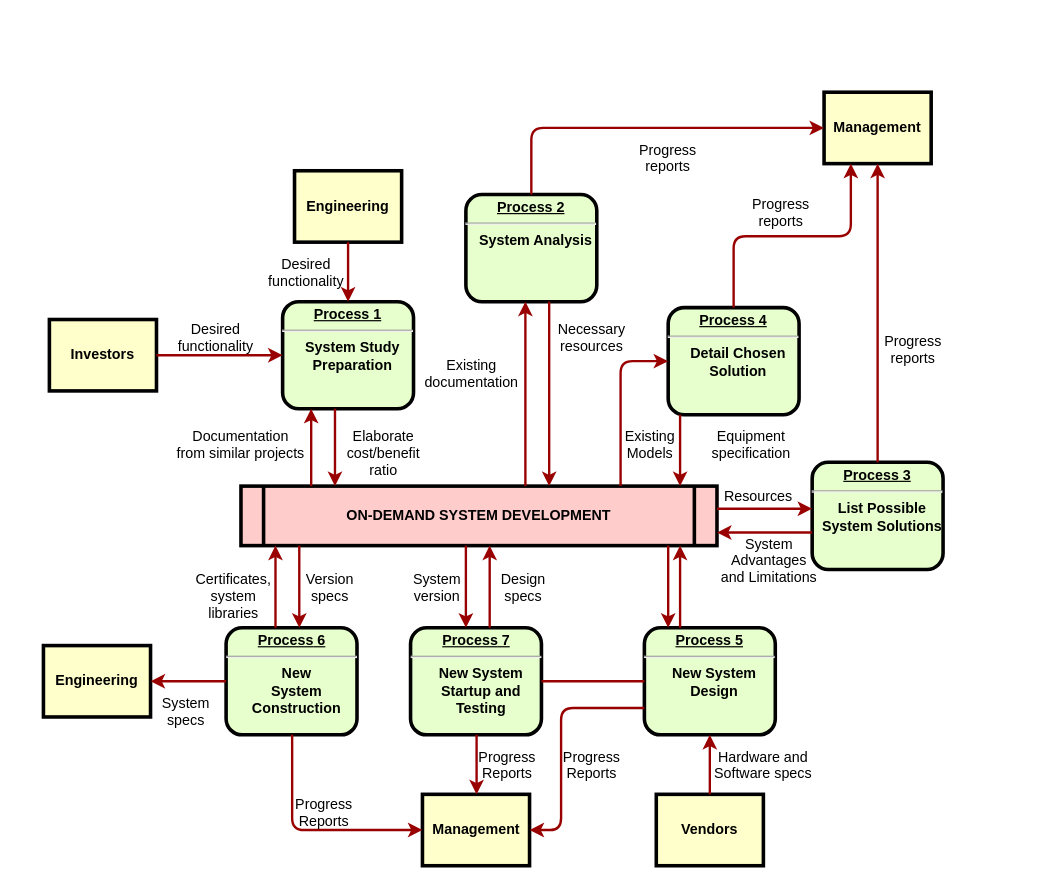
Before: pdf_img/未命名绘图.drawio in CuckooHXY/formula, a draw.io diagram. Source tidied: cells renumbered, new cells numbered last; positions are measured from the earlier drawing's top-left corner, leaving out a move shared by most shapes. Both pictures are drawn from the tidied source at 119%, with x=0, y=0 at pixel (43, 92).
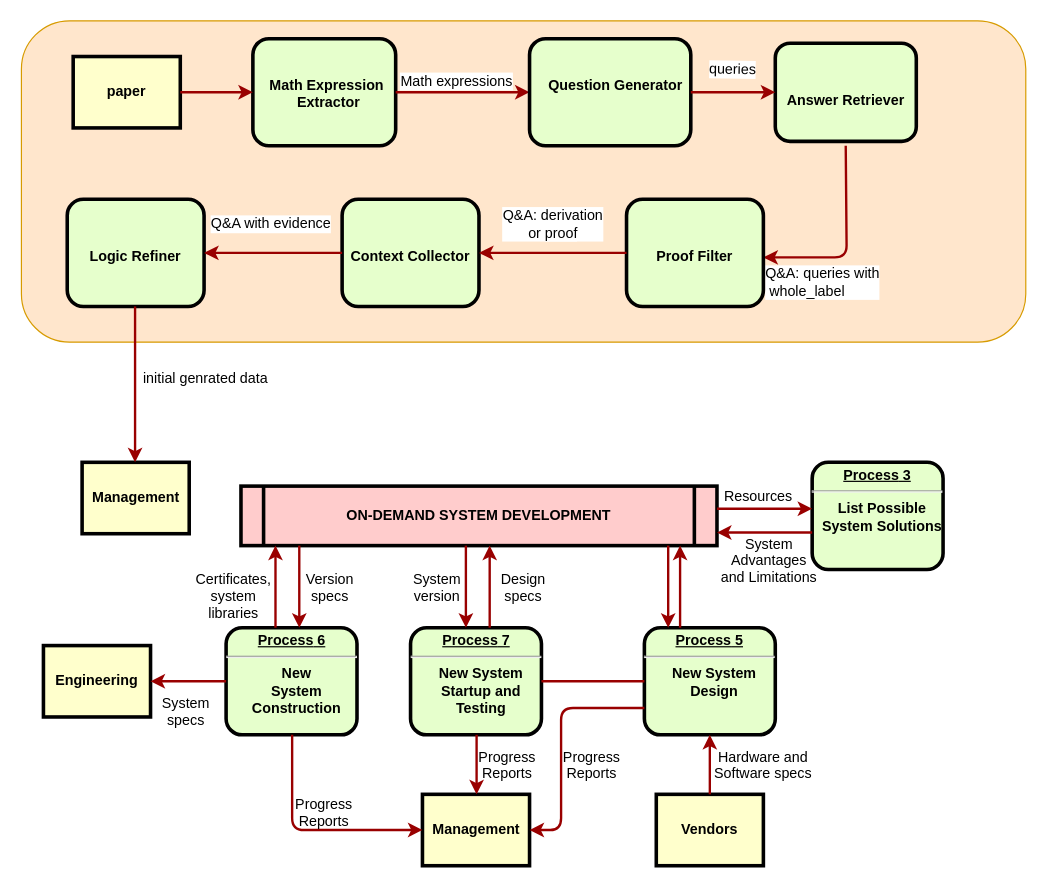
Above is the later version.

Commit message (it also covers changes not shown here):
更新未命名绘图.drawio

The change refers to these unchanged cells:
```xml
<mxCell id="5" value="ON-DEMAND SYSTEM DEVELOPMENT" style="shape=process;whiteSpace=wrap;align=center;verticalAlign=middle;size=0.0475;fontStyle=1;strokeWidth=3;fillColor=#FFCCCC;" parent="1" vertex="1">
  <mxGeometry x="166" y="331" width="400" height="50" as="geometry" />
</mxCell>
<mxCell id="7" value="&lt;p style=&quot;margin: 0px; margin-top: 4px; text-align: center; text-decoration: underline;&quot;&gt;&lt;strong&gt;&lt;strong&gt;Process&lt;/strong&gt; 3&lt;br /&gt;&lt;/strong&gt;&lt;/p&gt;&lt;hr /&gt;&lt;p style=&quot;margin: 0px; margin-left: 8px;&quot;&gt;List Possible&lt;/p&gt;&lt;p style=&quot;margin: 0px; margin-left: 8px;&quot;&gt;System Solutions&lt;/p&gt;" style="verticalAlign=middle;align=center;overflow=fill;fontSize=12;fontFamily=Helvetica;html=1;rounded=1;fontStyle=1;strokeWidth=3;fillColor=#E6FFCC;" parent="1" vertex="1">
  <mxGeometry x="646" y="311" width="110" height="90" as="geometry" />
</mxCell>
```

Diff of the diagram source:
```diff
@@
+    <mxCell id="63" style="rounded=1;whiteSpace=wrap;html=1;labelBackgroundColor=#FFFFFF;labelBorderColor=default;textShadow=1;fillColor=#ffe6cc;strokeColor=#d79b00;" parent="1" vertex="1">
+      <mxGeometry x="-18.5" y="-60" width="844" height="270" as="geometry" />
+    </mxCell>
-    <mxCell id="2" value="&lt;p style=&quot;margin: 0px; margin-top: 4px; text-align: center; text-decoration: underline;&quot;&gt;&lt;strong&gt;Process 1&lt;br /&gt;&lt;/strong&gt;&lt;/p&gt;&lt;hr /&gt;&lt;p style=&quot;margin: 0px; margin-left: 8px;&quot;&gt;System Study&lt;/p&gt;&lt;p style=&quot;margin: 0px; margin-left: 8px;&quot;&gt;Preparation&lt;/p&gt;" style="verticalAlign=middle;align=center;overflow=fill;fontSize=12;fontFamily=Helvetica;html=1;rounded=1;fontStyle=1;strokeWidth=3;fillColor=#E6FFCC;" parent="1" vertex="1">
-      <mxGeometry x="201" y="176" width="110" height="90" as="geometry" />
+    <mxCell id="2" value="&lt;p style=&quot;margin: 0px; margin-top: 4px; text-align: center; text-decoration: underline;&quot;&gt;&lt;/p&gt;&lt;p style=&quot;margin: 0px; margin-left: 8px;&quot;&gt;&lt;br&gt;&lt;/p&gt;&lt;p style=&quot;margin: 0px; margin-left: 8px;&quot;&gt;&lt;br&gt;&lt;/p&gt;&lt;p style=&quot;margin: 0px; margin-left: 8px;&quot;&gt;Math Expression&amp;nbsp;&lt;/p&gt;&lt;p style=&quot;margin: 0px; margin-left: 8px;&quot;&gt;Extractor&lt;/p&gt;" style="verticalAlign=middle;align=center;overflow=fill;fontSize=12;fontFamily=Helvetica;html=1;rounded=1;fontStyle=1;strokeWidth=3;fillColor=#E6FFCC;" parent="1" vertex="1">
+      <mxGeometry x="176" y="-45" width="120" height="90" as="geometry" />
     </mxCell>
-    <mxCell id="3" value="Engineering" style="whiteSpace=wrap;align=center;verticalAlign=middle;fontStyle=1;strokeWidth=3;fillColor=#FFFFCC;" parent="1" vertex="1">
-      <mxGeometry x="211" y="66" width="90" height="60" as="geometry" />
-    </mxCell>
-    <mxCell id="4" value="Investors" style="whiteSpace=wrap;align=center;verticalAlign=middle;fontStyle=1;strokeWidth=3;fillColor=#FFFFCC;" parent="1" vertex="1">
-      <mxGeometry x="5" y="191" width="90" height="60" as="geometry" />
+    <mxCell id="4" value="paper" style="whiteSpace=wrap;align=center;verticalAlign=middle;fontStyle=1;strokeWidth=3;fillColor=#FFFFCC;" parent="1" vertex="1">
+      <mxGeometry x="25" y="-30" width="90" height="60" as="geometry" />
     </mxCell>
@@
-    <mxCell id="6" value="&lt;p style=&quot;margin: 0px; margin-top: 4px; text-align: center; text-decoration: underline;&quot;&gt;&lt;strong&gt;Process 2&lt;br /&gt;&lt;/strong&gt;&lt;/p&gt;&lt;hr /&gt;&lt;p style=&quot;margin: 0px; margin-left: 8px;&quot;&gt;System Analysis&lt;/p&gt;" style="verticalAlign=middle;align=center;overflow=fill;fontSize=12;fontFamily=Helvetica;html=1;rounded=1;fontStyle=1;strokeWidth=3;fillColor=#E6FFCC;" parent="1" vertex="1">
-      <mxGeometry x="355" y="86" width="110" height="90" as="geometry" />
-    </mxCell>
@@
-    <mxCell id="8" value="&lt;p style=&quot;margin: 0px; margin-top: 4px; text-align: center; text-decoration: underline;&quot;&gt;&lt;strong&gt;&lt;strong&gt;Process&lt;/strong&gt; 4&lt;br /&gt;&lt;/strong&gt;&lt;/p&gt;&lt;hr /&gt;&lt;p style=&quot;margin: 0px; margin-left: 8px;&quot;&gt;Detail Chosen&lt;/p&gt;&lt;p style=&quot;margin: 0px; margin-left: 8px;&quot;&gt;Solution&lt;/p&gt;" style="verticalAlign=middle;align=center;overflow=fill;fontSize=12;fontFamily=Helvetica;html=1;rounded=1;fontStyle=1;strokeWidth=3;fillColor=#E6FFCC;" parent="1" vertex="1">
-      <mxGeometry x="525" y="181" width="110" height="90" as="geometry" />
+    <mxCell id="8" value="&lt;p style=&quot;margin: 4px 0px 0px; text-align: center;&quot;&gt;&lt;span style=&quot;background-color: transparent; color: light-dark(rgb(0, 0, 0), rgb(255, 255, 255));&quot;&gt;&lt;br&gt;&lt;/span&gt;&lt;/p&gt;&lt;p style=&quot;margin: 4px 0px 0px; text-align: center;&quot;&gt;&lt;span style=&quot;background-color: transparent; color: light-dark(rgb(0, 0, 0), rgb(255, 255, 255));&quot;&gt;&lt;br&gt;&lt;/span&gt;&lt;/p&gt;&lt;p style=&quot;margin: 4px 0px 0px; text-align: center;&quot;&gt;&lt;span style=&quot;background-color: transparent; color: light-dark(rgb(0, 0, 0), rgb(255, 255, 255));&quot;&gt;Answer Retriever&lt;/span&gt;&lt;/p&gt;" style="verticalAlign=middle;align=center;overflow=fill;fontSize=12;fontFamily=Helvetica;html=1;rounded=1;fontStyle=1;strokeWidth=3;fillColor=#E6FFCC;" parent="1" vertex="1">
+      <mxGeometry x="615" y="-41.2" width="118.5" height="82.5" as="geometry" />
     </mxCell>
@@
     <mxCell id="11" value="Management" style="whiteSpace=wrap;align=center;verticalAlign=middle;fontStyle=1;strokeWidth=3;fillColor=#FFFFCC;" parent="1" vertex="1">
-      <mxGeometry x="656" width="90" height="60" as="geometry" />
+      <mxGeometry x="32.5" y="311" width="90" height="60" as="geometry" />
     </mxCell>
@@
-    <mxCell id="15" style="edgeStyle=none;noEdgeStyle=1;strokeColor=#990000;strokeWidth=2;" parent="1" edge="1" source="3" target="2">
-      <mxGeometry relative="1" as="geometry" />
-    </mxCell>
@@
-    <mxCell id="19" value="Desired &#10;functionality" style="text;spacingTop=-5;align=center;" parent="1" vertex="1">
-      <mxGeometry x="130" y="191" width="30" height="20" as="geometry" />
-    </mxCell>
-    <mxCell id="20" value="Desired &#10;functionality" style="text;spacingTop=-5;align=center;" parent="1" vertex="1">
-      <mxGeometry x="206" y="136" width="30" height="20" as="geometry" />
-    </mxCell>
-    <mxCell id="21" value="Documentation&#10;from similar projects" style="text;spacingTop=-5;align=center;" parent="1" vertex="1">
-      <mxGeometry x="151" y="281" width="30" height="20" as="geometry" />
-    </mxCell>
-    <mxCell id="22" style="edgeStyle=elbowEdgeStyle;elbow=horizontal;strokeColor=#990000;strokeWidth=2;" parent="1" edge="1" source="5" target="2">
-      <mxGeometry relative="1" as="geometry">
-        <Array as="points">
-          <mxPoint x="225" y="310" />
-        </Array>
-      </mxGeometry>
-    </mxCell>
-    <mxCell id="23" style="edgeStyle=elbowEdgeStyle;elbow=horizontal;strokeColor=#990000;strokeWidth=2;" parent="1" edge="1" source="2" target="5">
-      <mxGeometry relative="1" as="geometry">
-        <Array as="points">
-          <mxPoint x="245" y="300" />
-        </Array>
-      </mxGeometry>
-    </mxCell>
-    <mxCell id="24" value="Elaborate&#10;cost/benefit&#10;ratio" style="text;spacingTop=-5;align=center;" parent="1" vertex="1">
-      <mxGeometry x="271" y="281" width="30" height="20" as="geometry" />
-    </mxCell>
-    <mxCell id="25" style="edgeStyle=elbowEdgeStyle;elbow=horizontal;strokeColor=#990000;strokeWidth=2;" parent="1" edge="1" source="5" target="6">
-      <mxGeometry relative="1" as="geometry">
-        <Array as="points">
-          <mxPoint x="405" y="250" />
-        </Array>
-      </mxGeometry>
-    </mxCell>
-    <mxCell id="26" style="edgeStyle=elbowEdgeStyle;elbow=horizontal;strokeColor=#990000;strokeWidth=2;" parent="1" edge="1" source="6" target="5">
-      <mxGeometry relative="1" as="geometry">
-        <Array as="points">
-          <mxPoint x="425" y="260" />
-        </Array>
-      </mxGeometry>
-    </mxCell>
-    <mxCell id="27" value="Existing&#10;documentation" style="text;spacingTop=-5;align=center;" parent="1" vertex="1">
-      <mxGeometry x="345" y="221" width="30" height="20" as="geometry" />
-    </mxCell>
-    <mxCell id="28" value="Necessary&#10;resources" style="text;spacingTop=-5;align=center;" parent="1" vertex="1">
-      <mxGeometry x="446" y="191" width="30" height="20" as="geometry" />
-    </mxCell>
-    <mxCell id="29" value="Progress&#10;reports" style="text;spacingTop=-5;align=center;" parent="1" vertex="1">
-      <mxGeometry x="510" y="40" width="30" height="20" as="geometry" />
-    </mxCell>
-    <mxCell id="30" value="Progress&#10;reports" style="text;spacingTop=-5;align=center;" parent="1" vertex="1">
-      <mxGeometry x="605" y="86" width="30" height="20" as="geometry" />
-    </mxCell>
-    <mxCell id="31" value="Progress&#10;reports" style="text;spacingTop=-5;align=center;" parent="1" vertex="1">
-      <mxGeometry x="716" y="201" width="30" height="20" as="geometry" />
-    </mxCell>
-    <mxCell id="32" style="edgeStyle=elbowEdgeStyle;elbow=horizontal;strokeColor=#990000;strokeWidth=2;" parent="1" edge="1" source="6" target="11">
-      <mxGeometry relative="1" as="geometry">
-        <Array as="points">
-          <mxPoint x="410" y="80" />
-        </Array>
-      </mxGeometry>
-    </mxCell>
-    <mxCell id="33" style="edgeStyle=elbowEdgeStyle;elbow=vertical;entryX=0.25;entryY=1;strokeColor=#990000;strokeWidth=2;" parent="1" edge="1" source="8" target="11">
-      <mxGeometry relative="1" as="geometry" />
-    </mxCell>
-    <mxCell id="34" style="edgeStyle=elbowEdgeStyle;elbow=horizontal;strokeColor=#990000;strokeWidth=2;" parent="1" edge="1" source="7" target="11">
-      <mxGeometry relative="1" as="geometry" />
-    </mxCell>
-    <mxCell id="35" style="edgeStyle=elbowEdgeStyle;elbow=horizontal;strokeColor=#990000;strokeWidth=2;" parent="1" edge="1" source="8" target="5">
-      <mxGeometry relative="1" as="geometry">
-        <Array as="points">
-          <mxPoint x="535" y="300" />
-        </Array>
-      </mxGeometry>
-    </mxCell>
-    <mxCell id="36" style="edgeStyle=segmentEdgeStyle;strokeColor=#990000;strokeWidth=2;" parent="1" edge="1" source="5" target="8">
-      <mxGeometry relative="1" as="geometry">
-        <Array as="points">
-          <mxPoint x="485" y="226" />
-        </Array>
-      </mxGeometry>
-    </mxCell>
-    <mxCell id="37" value="Existing&#10;Models" style="text;spacingTop=-5;align=center;" parent="1" vertex="1">
-      <mxGeometry x="495" y="281" width="30" height="20" as="geometry" />
-    </mxCell>
-    <mxCell id="38" value="Equipment&#10;specification" style="text;spacingTop=-5;align=center;" parent="1" vertex="1">
-      <mxGeometry x="580" y="281" width="30" height="20" as="geometry" />
-    </mxCell>
@@
+    <mxCell id="64" style="elbow=horizontal;strokeColor=#990000;strokeWidth=2;exitX=1;exitY=0.5;exitDx=0;exitDy=0;entryX=0;entryY=0.5;entryDx=0;entryDy=0;" parent="1" edge="1" source="2" target="6">
+      <mxGeometry relative="1" as="geometry" />
+    </mxCell>
+    <mxCell id="65" value="&lt;font style=&quot;font-size: 12px;&quot;&gt;Math expressions&lt;/font&gt;" style="edgeLabel;html=1;align=center;verticalAlign=middle;" parent="64" vertex="1">
+      <mxGeometry x="-0.42" y="4" relative="1" as="geometry">
+        <mxPoint x="17" y="-6" as="offset" />
+      </mxGeometry>
+    </mxCell>
+    <mxCell id="6" value="&lt;p style=&quot;margin: 0px; margin-top: 4px; text-align: center; text-decoration: underline;&quot;&gt;&lt;/p&gt;&lt;p style=&quot;margin: 0px; margin-left: 8px;&quot;&gt;&lt;span style=&quot;background-color: transparent; color: light-dark(rgb(0, 0, 0), rgb(255, 255, 255));&quot;&gt;&lt;br&gt;&lt;/span&gt;&lt;/p&gt;&lt;p style=&quot;margin: 0px; margin-left: 8px;&quot;&gt;&lt;span style=&quot;background-color: transparent; color: light-dark(rgb(0, 0, 0), rgb(255, 255, 255));&quot;&gt;&lt;br&gt;&lt;/span&gt;&lt;/p&gt;&lt;p style=&quot;margin: 0px; margin-left: 8px;&quot;&gt;&lt;span style=&quot;background-color: transparent; color: light-dark(rgb(0, 0, 0), rgb(255, 255, 255));&quot;&gt;Question Generator&lt;/span&gt;&lt;/p&gt;" style="verticalAlign=middle;align=center;overflow=fill;fontSize=12;fontFamily=Helvetica;html=1;rounded=1;fontStyle=1;strokeWidth=3;fillColor=#E6FFCC;" parent="1" vertex="1">
+      <mxGeometry x="408.5" y="-45" width="135.5" height="90" as="geometry" />
+    </mxCell>
+    <mxCell id="66" style="elbow=horizontal;strokeColor=#990000;strokeWidth=2;exitX=0.5;exitY=1;exitDx=0;exitDy=0;entryX=1;entryY=0.5;entryDx=0;entryDy=0;" parent="1" edge="1">
+      <mxGeometry relative="1" as="geometry">
+        <mxPoint x="674.2" y="45" as="sourcePoint" />
+        <mxPoint x="605" y="138.8" as="targetPoint" />
+        <Array as="points">
+          <mxPoint x="675" y="138.8" />
+        </Array>
+      </mxGeometry>
+    </mxCell>
+    <mxCell id="67" value="&lt;font style=&quot;font-size: 12px;&quot;&gt;Q&amp;amp;A: queries with&lt;/font&gt;&lt;div&gt;&lt;font style=&quot;font-size: 12px;&quot;&gt;&amp;nbsp;whole_label&lt;/font&gt;&lt;/div&gt;" style="edgeLabel;html=1;align=left;verticalAlign=middle;" parent="66" vertex="1">
+      <mxGeometry x="-0.42" y="4" relative="1" as="geometry">
+        <mxPoint x="-74" y="67" as="offset" />
+      </mxGeometry>
+    </mxCell>
+    <mxCell id="68" value="&lt;p style=&quot;margin: 4px 0px 0px; text-align: center;&quot;&gt;&lt;br&gt;&lt;/p&gt;&lt;p style=&quot;margin: 4px 0px 0px; text-align: center;&quot;&gt;&lt;br&gt;&lt;/p&gt;&lt;p style=&quot;margin: 4px 0px 0px; text-align: center;&quot;&gt;Proof Filter&lt;/p&gt;" style="verticalAlign=middle;align=center;overflow=fill;fontSize=12;fontFamily=Helvetica;html=1;rounded=1;fontStyle=1;strokeWidth=3;fillColor=#E6FFCC;" parent="1" vertex="1">
+      <mxGeometry x="490" y="90" width="115" height="90" as="geometry" />
+    </mxCell>
+    <mxCell id="69" value="&lt;p style=&quot;margin: 4px 0px 0px; text-align: center;&quot;&gt;&lt;br&gt;&lt;/p&gt;&lt;p style=&quot;margin: 4px 0px 0px; text-align: center;&quot;&gt;&lt;br&gt;&lt;/p&gt;&lt;p style=&quot;margin: 4px 0px 0px; text-align: center;&quot;&gt;Context Collector&lt;/p&gt;" style="verticalAlign=middle;align=center;overflow=fill;fontSize=12;fontFamily=Helvetica;html=1;rounded=1;fontStyle=1;strokeWidth=3;fillColor=#E6FFCC;" parent="1" vertex="1">
+      <mxGeometry x="251" y="90" width="115" height="90" as="geometry" />
+    </mxCell>
+    <mxCell id="70" style="elbow=horizontal;strokeColor=#990000;strokeWidth=2;exitX=0;exitY=0.5;exitDx=0;exitDy=0;entryX=1;entryY=0.5;entryDx=0;entryDy=0;" parent="1" edge="1" source="68" target="69">
+      <mxGeometry relative="1" as="geometry" />
+    </mxCell>
+    <mxCell id="71" value="&lt;span style=&quot;font-size: 12px;&quot;&gt;Q&amp;amp;A:&amp;nbsp;derivation&lt;/span&gt;&lt;div&gt;&lt;span style=&quot;font-size: 12px;&quot;&gt;or&amp;nbsp;&lt;/span&gt;&lt;span style=&quot;font-size: 12px; background-color: light-dark(#ffffff, var(--ge-dark-color, #121212)); color: light-dark(rgb(0, 0, 0), rgb(255, 255, 255));&quot;&gt;proof&lt;/span&gt;&lt;/div&gt;" style="edgeLabel;html=1;align=center;verticalAlign=middle;" parent="70" vertex="1">
+      <mxGeometry x="-0.42" y="4" relative="1" as="geometry">
+        <mxPoint x="-27" y="-29" as="offset" />
+      </mxGeometry>
+    </mxCell>
+    <mxCell id="72" value="&lt;p style=&quot;margin: 4px 0px 0px; text-align: center;&quot;&gt;&lt;br&gt;&lt;/p&gt;&lt;p style=&quot;margin: 4px 0px 0px; text-align: center;&quot;&gt;&lt;br&gt;&lt;/p&gt;&lt;p style=&quot;margin: 4px 0px 0px; text-align: center;&quot;&gt;Logic Refiner&lt;/p&gt;" style="verticalAlign=middle;align=center;overflow=fill;fontSize=12;fontFamily=Helvetica;html=1;rounded=1;fontStyle=1;strokeWidth=3;fillColor=#E6FFCC;" parent="1" vertex="1">
+      <mxGeometry x="20" y="90" width="115" height="90" as="geometry" />
+    </mxCell>
+    <mxCell id="73" style="elbow=horizontal;strokeColor=#990000;strokeWidth=2;entryX=0;entryY=0.5;entryDx=0;entryDy=0;exitX=1;exitY=0.5;exitDx=0;exitDy=0;" parent="1" edge="1" source="6" target="8">
+      <mxGeometry relative="1" as="geometry" />
+    </mxCell>
+    <mxCell id="74" value="&lt;font&gt;queries&lt;/font&gt;" style="edgeLabel;html=1;align=center;verticalAlign=middle;rotation=1;fontSize=12;" parent="73" vertex="1">
+      <mxGeometry x="-0.09" y="2" relative="1" as="geometry">
+        <mxPoint x="3" y="-18" as="offset" />
+      </mxGeometry>
+    </mxCell>
+    <mxCell id="75" style="elbow=horizontal;strokeColor=#990000;strokeWidth=2;exitX=0;exitY=0.5;exitDx=0;exitDy=0;entryX=1;entryY=0.5;entryDx=0;entryDy=0;" parent="1" edge="1" source="69" target="72">
+      <mxGeometry relative="1" as="geometry" />
+    </mxCell>
+    <mxCell id="76" value="&lt;span style=&quot;font-size: 12px;&quot;&gt;Q&amp;amp;A with evidence&lt;/span&gt;" style="edgeLabel;html=1;align=center;verticalAlign=middle;" parent="75" vertex="1">
+      <mxGeometry x="-0.42" y="4" relative="1" as="geometry">
+        <mxPoint x="-27" y="-29" as="offset" />
+      </mxGeometry>
+    </mxCell>
+    <mxCell id="77" style="edgeStyle=elbowEdgeStyle;elbow=vertical;strokeColor=#990000;strokeWidth=2;entryX=0.5;entryY=0;entryDx=0;entryDy=0;exitX=0.5;exitY=1;exitDx=0;exitDy=0;" parent="1" edge="1">
+      <mxGeometry relative="1" as="geometry">
+        <mxPoint x="77" y="180" as="sourcePoint" />
+        <mxPoint x="77" y="311" as="targetPoint" />
+        <Array as="points">
+          <mxPoint x="76.5" y="239" />
+        </Array>
+      </mxGeometry>
+    </mxCell>
+    <mxCell id="78" value="&lt;font style=&quot;font-size: 12px;&quot;&gt;initial genrated data&lt;/font&gt;" style="edgeLabel;html=1;align=center;verticalAlign=middle;textDirection=ltr;labelPosition=center;verticalLabelPosition=middle;" parent="77" vertex="1">
+      <mxGeometry x="0.19" y="-1" relative="1" as="geometry">
+        <mxPoint x="59" y="-18" as="offset" />
+      </mxGeometry>
+    </mxCell>
```
